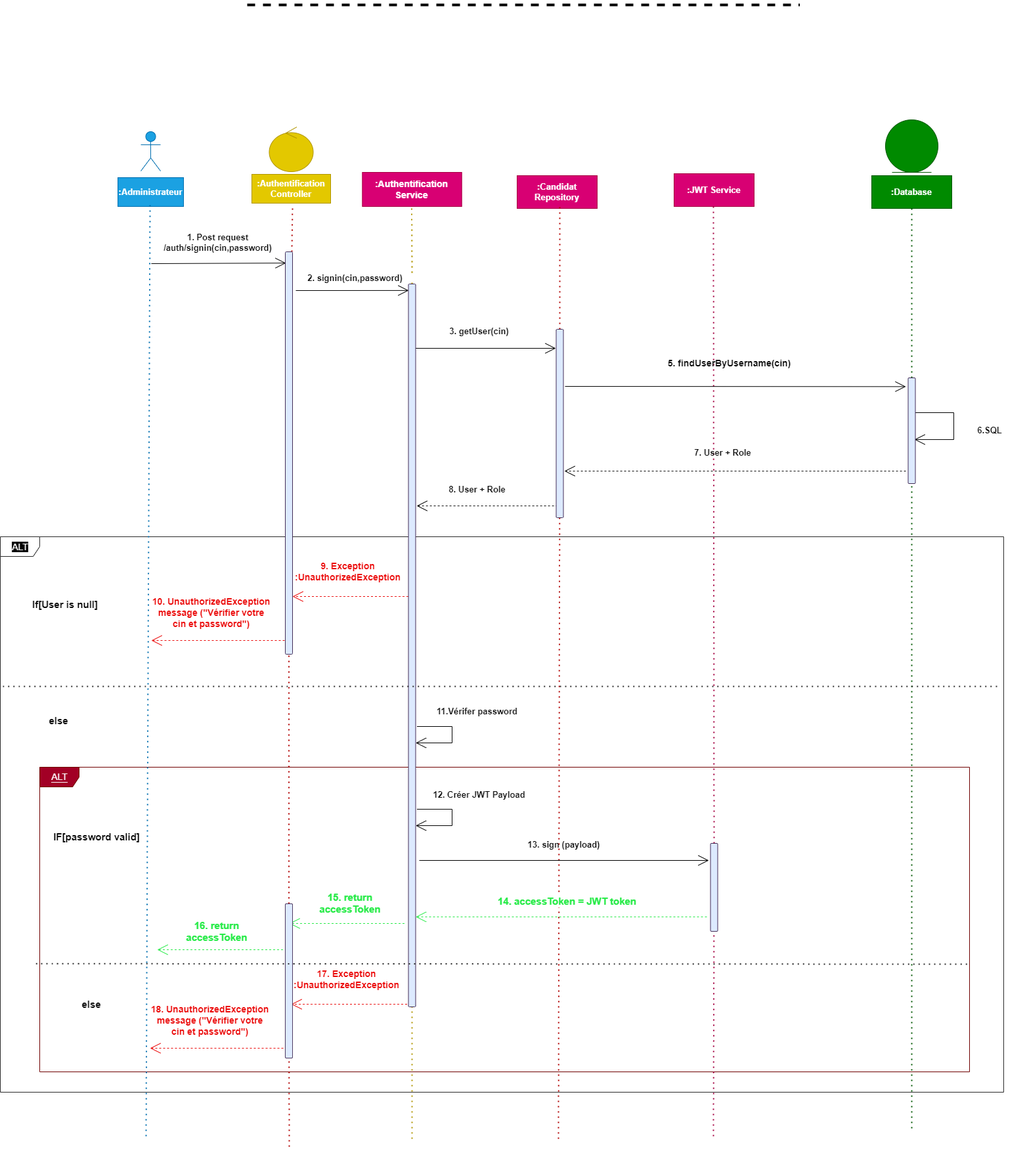
Above: s'inscrir.drawio.png in yassineraddaoui/UmlPFE (draw.io), before the change. Source tidied: cells renumbered, new cells last; positions are measured from the earlier drawing's top-left corner, leaving out a move shared by most shapes.
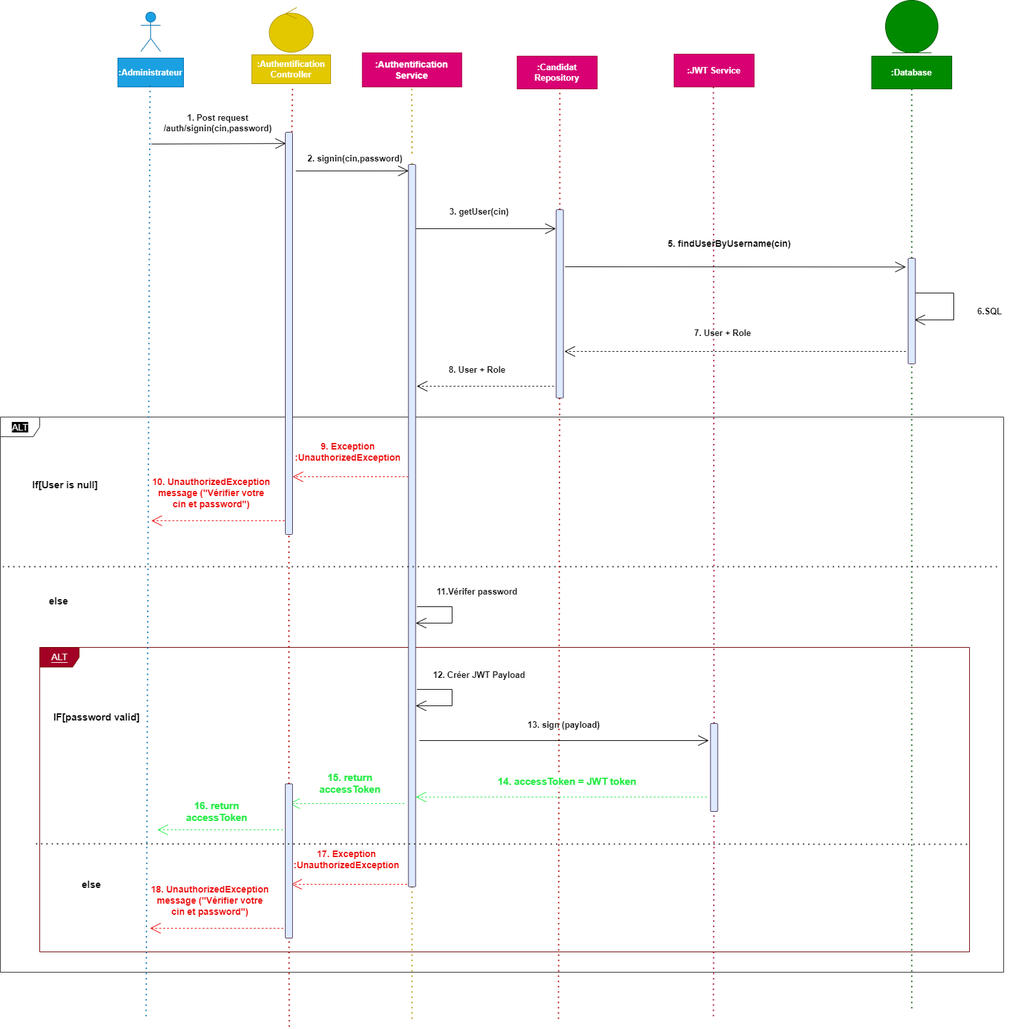
After the commit.

Diff of the diagram source:
```diff
@@ -97,9 +97,6 @@
     <mxCell id="22" value="&lt;span&gt;&lt;font style=&quot;font-size: 14px;&quot;&gt;10.&amp;nbsp;&lt;/font&gt;&lt;/span&gt;&lt;span style=&quot;font-size: 14px; background-color: rgb(255, 255, 255);&quot;&gt;UnauthorizedException message (&quot;Vérifier votre cin et password&quot;)&lt;/span&gt;" style="text;fillColor=none;html=1;align=center;verticalAlign=middle;whiteSpace=wrap;rounded=0;glass=0;labelBackgroundColor=none;sketch=0;hachureGap=4;fontSize=13;fontColor=#EB0707;fontStyle=1;" parent="1" vertex="1">
       <mxGeometry x="234" y="903" width="175" height="56" as="geometry" />
     </mxCell>
-    <mxCell id="23" style="line;strokeWidth=4;html=1;perimeter=backbonePerimeter;rounded=1;glass=0;labelBackgroundColor=#FFFFFF;sketch=0;hachureGap=4;fontFamily=Helvetica;fontSize=15;dashed=1;" parent="1" vertex="1">
-      <mxGeometry x="376" width="841" height="10" as="geometry" />
-    </mxCell>
     <mxCell id="24" style="rounded=1;whiteSpace=wrap;html=1;labelBackgroundColor=none;hachureGap=4;fontSize=13;fontColor=#ffffff;sketch=0;glass=0;fillColor=#DDEAFF;strokeColor=#432D57;" parent="1" vertex="1">
       <mxGeometry x="434" y="381" width="11" height="613" as="geometry" />
     </mxCell>
```
